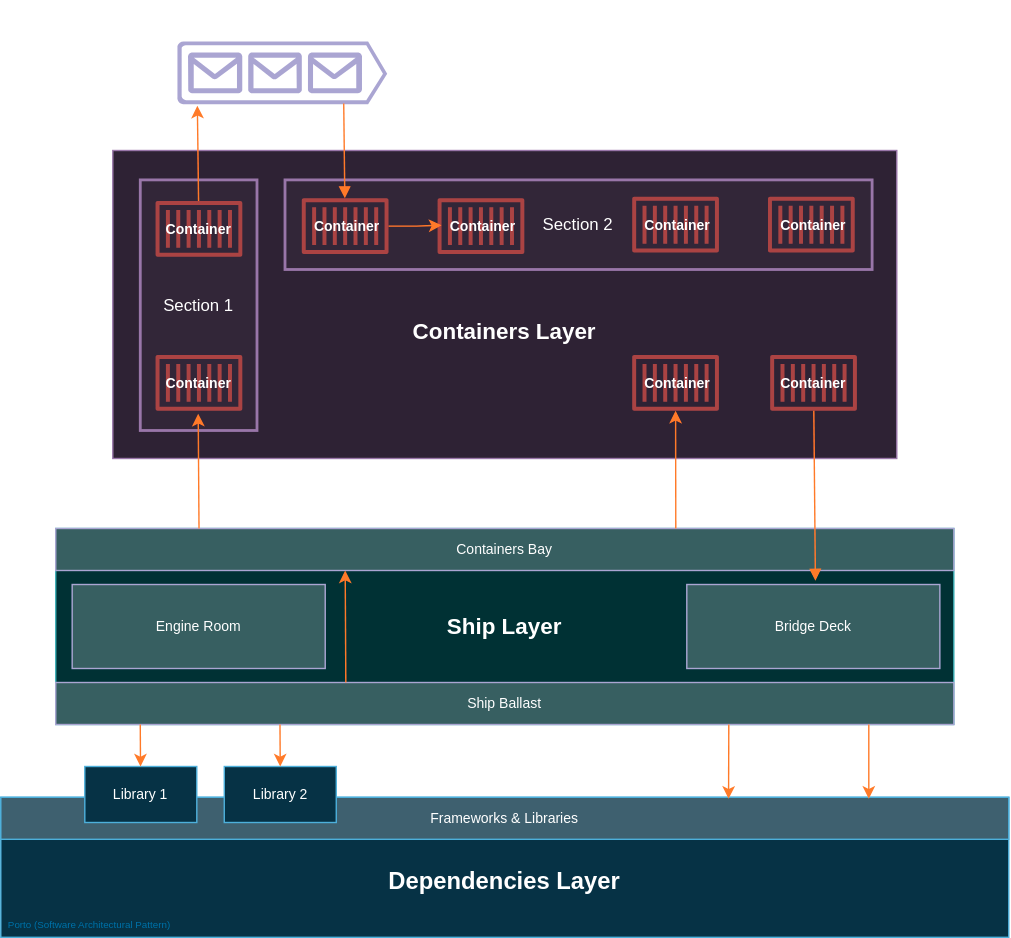
This is img/diagrams/porto_layers.svg from Mahmoudz/Porto, a draw.io export, as it was before one commit. Source tidied: cells renumbered, new cells last; positions are measured from the earlier drawing's top-left corner, leaving out a move shared by most shapes.
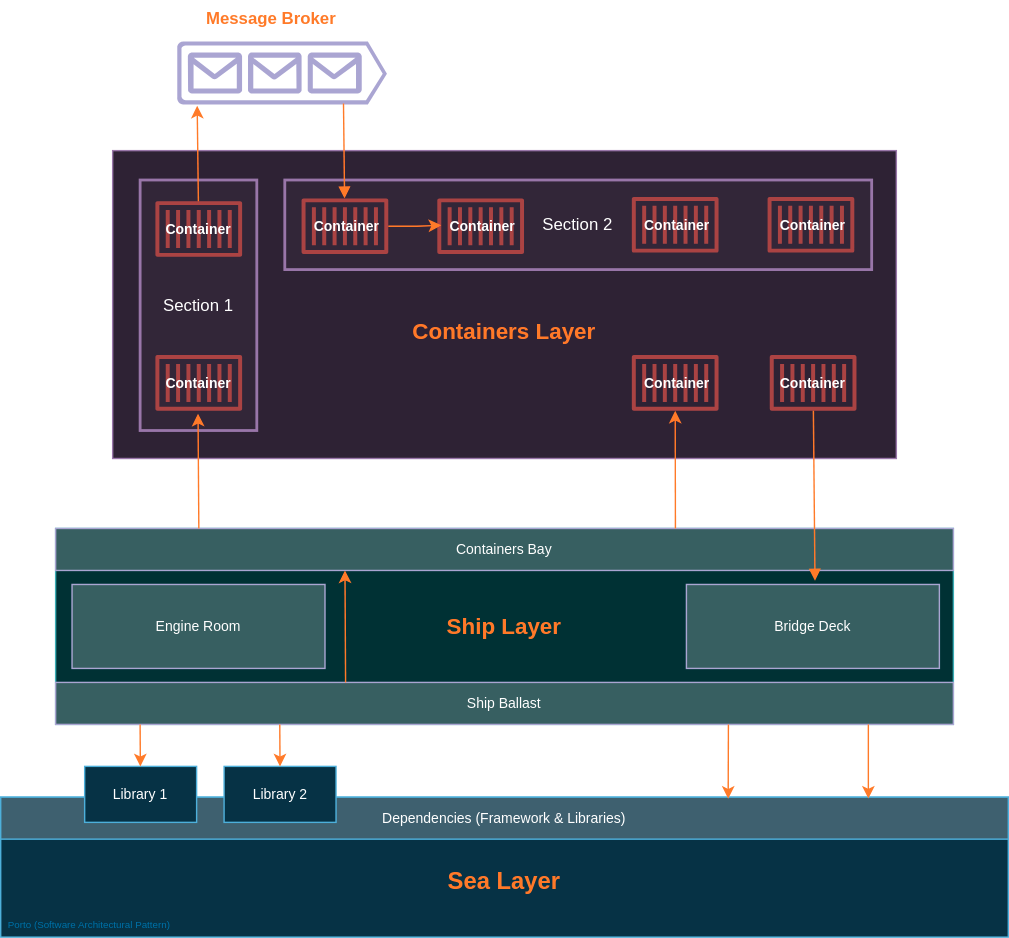
Above is the later version.

Diff of the diagram source:
```diff
@@ -2,19 +2,19 @@
   <root>
     <mxCell id="0" />
     <mxCell id="1" parent="0" />
-    <mxCell id="2" value="&lt;div&gt;&lt;font&gt;&lt;b&gt;&lt;font style=&quot;font-size: 17px;&quot;&gt;&lt;br&gt;&lt;/font&gt;&lt;/b&gt;&lt;/font&gt;&lt;/div&gt;&lt;font&gt;&lt;b&gt;&lt;font style=&quot;font-size: 17px;&quot;&gt;Dependencies Layer&lt;/font&gt;&lt;/b&gt;&lt;br&gt;&lt;/font&gt;" style="rounded=0;whiteSpace=wrap;html=1;fillColor=#b1ddf0;strokeColor=#10739e;fontColor=default;" parent="1" vertex="1">
+    <mxCell id="2" value="&lt;div&gt;&lt;font&gt;&lt;b&gt;&lt;font color=&quot;#e65200&quot; style=&quot;font-size: 17px;&quot;&gt;&lt;br&gt;&lt;/font&gt;&lt;/b&gt;&lt;/font&gt;&lt;/div&gt;&lt;font&gt;&lt;b&gt;&lt;font color=&quot;#e65200&quot; style=&quot;font-size: 17px;&quot;&gt;Sea Layer&lt;/font&gt;&lt;/b&gt;&lt;br&gt;&lt;/font&gt;" style="rounded=0;whiteSpace=wrap;html=1;fillColor=#b1ddf0;strokeColor=#10739e;fontColor=default;" parent="1" vertex="1">
       <mxGeometry y="569" width="720" height="100" as="geometry" />
     </mxCell>
-    <mxCell id="3" value="&lt;font size=&quot;1&quot;&gt;&lt;b style=&quot;font-size: 16px;&quot;&gt;Ship Layer&lt;/b&gt;&lt;/font&gt;" style="rounded=0;whiteSpace=wrap;html=1;fillColor=#b0e3e6;strokeColor=#0e8088;fontColor=default;" parent="1" vertex="1">
+    <mxCell id="3" value="&lt;font color=&quot;#e65200&quot; size=&quot;1&quot;&gt;&lt;b style=&quot;font-size: 16px;&quot;&gt;Ship Layer&lt;/b&gt;&lt;/font&gt;" style="rounded=0;whiteSpace=wrap;html=1;fillColor=#b0e3e6;strokeColor=#0e8088;fontColor=default;" parent="1" vertex="1">
       <mxGeometry x="39.2" y="377" width="641.5" height="140" as="geometry" />
     </mxCell>
-    <mxCell id="4" value="&lt;div&gt;&lt;b style=&quot;&quot;&gt;&lt;font style=&quot;font-size: 16px;&quot;&gt;&lt;br&gt;&lt;/font&gt;&lt;/b&gt;&lt;/div&gt;&lt;b style=&quot;&quot;&gt;&lt;font style=&quot;font-size: 16px;&quot;&gt;&lt;div&gt;&lt;b style=&quot;background-color: initial; font-size: 12px;&quot;&gt;&lt;font style=&quot;font-size: 16px;&quot;&gt;&lt;br&gt;&lt;/font&gt;&lt;/b&gt;&lt;/div&gt;&lt;div&gt;&lt;b style=&quot;background-color: initial; font-size: 12px;&quot;&gt;&lt;font style=&quot;font-size: 16px;&quot;&gt;Containers Layer&lt;/font&gt;&lt;/b&gt;&lt;br&gt;&lt;/div&gt;&lt;/font&gt;&lt;/b&gt;" style="rounded=0;whiteSpace=wrap;html=1;fillColor=#e1d5e7;strokeColor=#9673a6;fontColor=default;" parent="1" vertex="1">
+    <mxCell id="4" value="&lt;div&gt;&lt;b style=&quot;&quot;&gt;&lt;font color=&quot;#e65200&quot; style=&quot;font-size: 16px;&quot;&gt;&lt;br&gt;&lt;/font&gt;&lt;/b&gt;&lt;/div&gt;&lt;b style=&quot;&quot;&gt;&lt;font style=&quot;font-size: 16px;&quot;&gt;&lt;div&gt;&lt;b style=&quot;background-color: initial; font-size: 12px;&quot;&gt;&lt;font color=&quot;#e65200&quot; style=&quot;font-size: 16px;&quot;&gt;&lt;br&gt;&lt;/font&gt;&lt;/b&gt;&lt;/div&gt;&lt;div&gt;&lt;b style=&quot;background-color: initial; font-size: 12px;&quot;&gt;&lt;font color=&quot;#e65200&quot; style=&quot;font-size: 16px;&quot;&gt;Containers Layer&lt;/font&gt;&lt;/b&gt;&lt;br&gt;&lt;/div&gt;&lt;/font&gt;&lt;/b&gt;" style="rounded=0;whiteSpace=wrap;html=1;fillColor=#e1d5e7;strokeColor=#9673a6;fontColor=default;" parent="1" vertex="1">
       <mxGeometry x="80" y="107" width="560" height="220" as="geometry" />
     </mxCell>
     <mxCell id="5" value="&lt;font style=&quot;font-size: 10px;&quot;&gt;Ship Ballast&lt;/font&gt;" style="rounded=0;whiteSpace=wrap;html=1;fillColor=#89B1B3;strokeColor=#56517e;fontColor=default;" parent="1" vertex="1">
       <mxGeometry x="39.2" y="487" width="641.5" height="30" as="geometry" />
     </mxCell>
-    <mxCell id="6" value="&lt;font style=&quot;font-size: 10px;&quot;&gt;&lt;span style=&quot;&quot;&gt;Frameworks &amp;amp;&amp;nbsp;&lt;/span&gt;&lt;span style=&quot;&quot;&gt;Libraries&lt;/span&gt;&lt;/font&gt;&lt;font&gt;&lt;br&gt;&lt;/font&gt;" style="rounded=0;whiteSpace=wrap;html=1;fillColor=#89ABBA;strokeColor=#10739e;fontColor=default;" parent="1" vertex="1">
+    <mxCell id="6" value="&lt;font style=&quot;&quot;&gt;&lt;span style=&quot;font-size: 10px;&quot;&gt;Dependencies (Framework &amp;amp;&amp;nbsp;Libraries)&lt;/span&gt;&lt;/font&gt;&lt;font&gt;&lt;br&gt;&lt;/font&gt;" style="rounded=0;whiteSpace=wrap;html=1;fillColor=#89ABBA;strokeColor=#10739e;fontColor=default;" parent="1" vertex="1">
       <mxGeometry y="569" width="720" height="30" as="geometry" />
     </mxCell>
     <mxCell id="7" value="&lt;font style=&quot;font-weight: normal;&quot;&gt;Section 1&lt;/font&gt;" style="rounded=0;whiteSpace=wrap;html=1;fillColor=#DDD1E3;strokeColor=#9673a6;strokeWidth=2;fontStyle=1;fontColor=default;" parent="1" vertex="1">
@@ -143,7 +143,7 @@
     <mxCell id="41" style="endArrow=none;html=1;rounded=0;entryX=0.793;entryY=0.986;entryDx=0;entryDy=0;entryPerimeter=0;startArrow=block;startFill=1;endFill=0;strokeColor=#e65200;" parent="1" edge="1" source="30" target="39">
       <mxGeometry relative="1" as="geometry" />
     </mxCell>
-    <mxCell id="42" value="Message Broker" style="text;html=1;align=center;verticalAlign=middle;strokeColor=none;fillColor=none;fontStyle=1;" parent="1" vertex="1">
+    <mxCell id="42" value="Message Broker" style="text;html=1;align=center;verticalAlign=middle;strokeColor=none;fillColor=none;fontStyle=1;fontColor=#e65200;" parent="1" vertex="1">
       <mxGeometry x="140" width="105" height="26" as="geometry" />
     </mxCell>
     <mxCell id="43" value="&lt;font style=&quot;font-size: 7px;&quot; color=&quot;#38c3fa&quot;&gt;Porto (Software Architectural Pattern)&lt;/font&gt;" style="text;html=1;align=center;verticalAlign=middle;whiteSpace=wrap;rounded=0;" parent="1" vertex="1">
```
